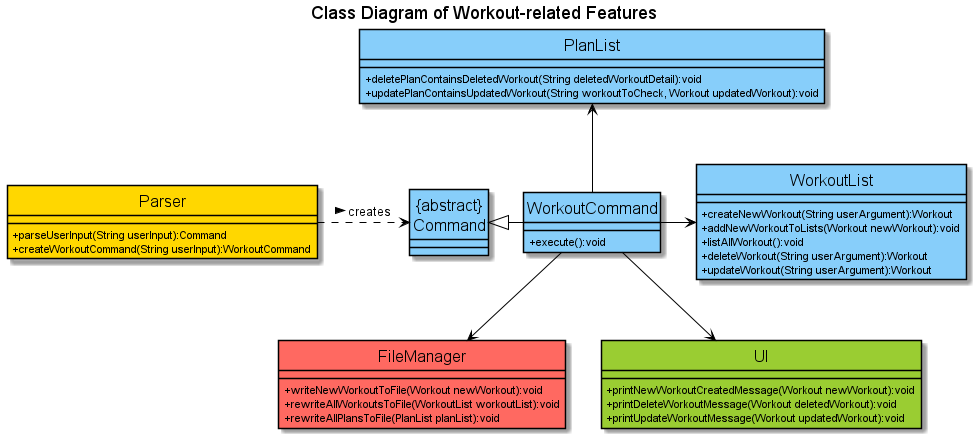
Earlier version of the PlantUML export docs/uml/classDiagrams/images/workoutRelatedFeatures.png (nus-cs2113-AY2122S2/tp).
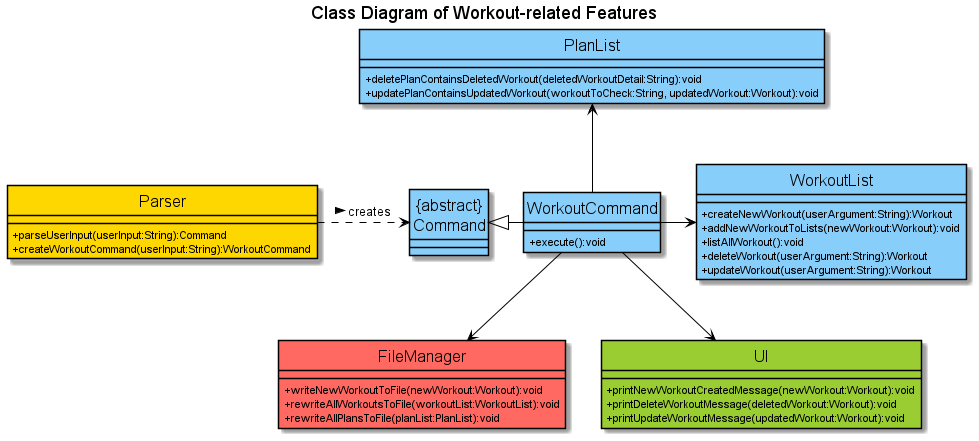
After the change.

Commit message:
Change parameter order in SD

Change to the diagram source:
```diff
@@ -13,14 +13,14 @@
 WorkoutCommand -u-> PlanList
 
 class PlanList COLOR_LOGIC {
-+ deletePlanContainsDeletedWorkout(String deletedWorkoutDetail):void
-+ updatePlanContainsUpdatedWorkout(String workoutToCheck, Workout updatedWorkout):void
++ deletePlanContainsDeletedWorkout(deletedWorkoutDetail:String):void
++ updatePlanContainsUpdatedWorkout(workoutToCheck:String, updatedWorkout:Workout):void
 }
 
 class FileManager COLOR_STORAGE {
-+ writeNewWorkoutToFile(Workout newWorkout):void
-+ rewriteAllWorkoutsToFile(WorkoutList workoutList):void
-+ rewriteAllPlansToFile(PlanList planList):void
++ writeNewWorkoutToFile(newWorkout:Workout):void
++ rewriteAllWorkoutsToFile(workoutList:WorkoutList):void
++ rewriteAllPlansToFile(planList:PlanList):void
 }
 
 class "{abstract}\nCommand" COLOR_LOGIC {
@@ -31,22 +31,22 @@
 }
 
 class WorkoutList COLOR_LOGIC {
-+ createNewWorkout(String userArgument):Workout
-+ addNewWorkoutToLists(Workout newWorkout):void
++ createNewWorkout(userArgument:String):Workout
++ addNewWorkoutToLists(newWorkout:Workout):void
 + listAllWorkout():void
-+ deleteWorkout(String userArgument):Workout
-+ updateWorkout(String userArgument):Workout
++ deleteWorkout(userArgument:String):Workout
++ updateWorkout(userArgument:String):Workout
 }
 
 class UI COLOR_UI {
-+ printNewWorkoutCreatedMessage(Workout newWorkout):void
-+ printDeleteWorkoutMessage(Workout deletedWorkout):void
-+ printUpdateWorkoutMessage(Workout updatedWorkout):void
++ printNewWorkoutCreatedMessage(newWorkout:Workout):void
++ printDeleteWorkoutMessage(deletedWorkout:Workout):void
++ printUpdateWorkoutMessage(updatedWorkout:Workout):void
 }
 
 class Parser COLOR_PARSER {
-+ parseUserInput(String userInput):Command
-+ createWorkoutCommand(String userInput):WorkoutCommand
++ parseUserInput(userInput:String):Command
++ createWorkoutCommand(userInput:String):WorkoutCommand
 }
 
 
```
